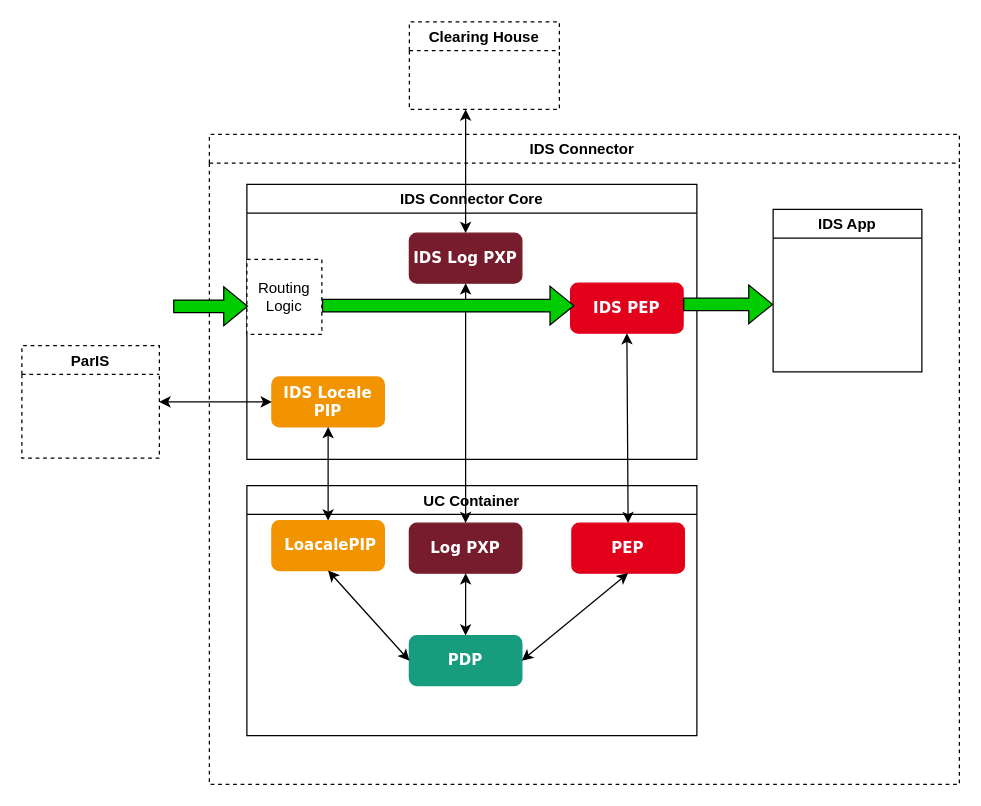
Earlier version of the draw.io diagram page "Components" (1 of 2) of documentation/3_Layers_of_the_Reference_Architecture_Model/3_3_Process_Layer/media/uc-example.drawio (International-Data-Spaces-Association/IDS-RAM_4_0). Source tidied: cells renumbered, new cells numbered last; positions are measured from the earlier drawing's top-left corner, leaving out a move shared by most shapes. Both pictures are drawn from the tidied source at 125%, with x=0, y=0 at pixel (21, 21).
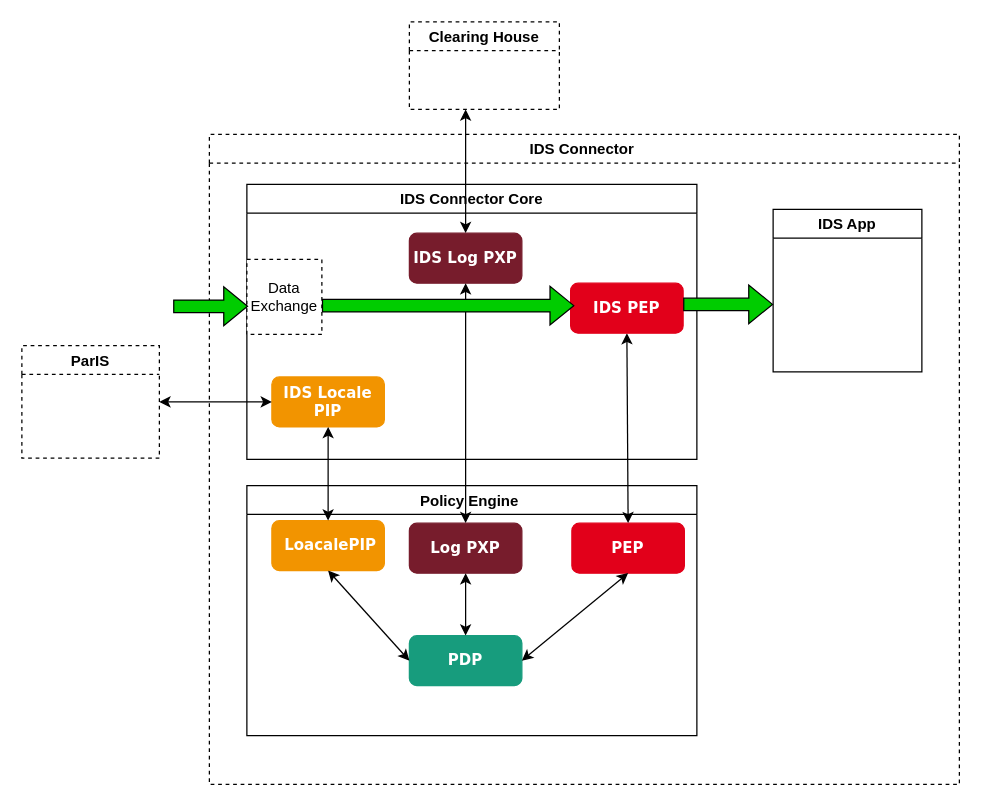
After the change.

The change refers to these unchanged cells:
```xml
<mxCell id="2" value="IDS Connector " style="swimlane;dashed=1;" parent="1" vertex="1">
  <mxGeometry x="150" y="90" width="600" height="520" as="geometry" />
</mxCell>
<mxCell id="15" value="IDS Connector Core" style="swimlane;startSize=23;" parent="2" vertex="1">
  <mxGeometry x="30" y="40" width="360" height="220" as="geometry" />
</mxCell>
```

What changed in the source:
```diff
@@
-    <mxCell id="4" value="UC Container" style="swimlane;fontSize=12;startSize=23;" parent="2" vertex="1">
+    <mxCell id="4" value="Policy Engine " style="swimlane;fontSize=12;startSize=23;" parent="2" vertex="1">
       <mxGeometry x="30" y="281" width="360" height="200" as="geometry" />
     </mxCell>
@@
-    <mxCell id="16" value="Routing Logic" style="rounded=0;whiteSpace=wrap;html=1;dashed=1;" parent="15" vertex="1">
+    <mxCell id="16" value="Data&lt;br&gt;Exchange" style="rounded=0;whiteSpace=wrap;html=1;dashed=1;" parent="15" vertex="1">
       <mxGeometry y="60" width="60" height="60" as="geometry" />
     </mxCell>
```
